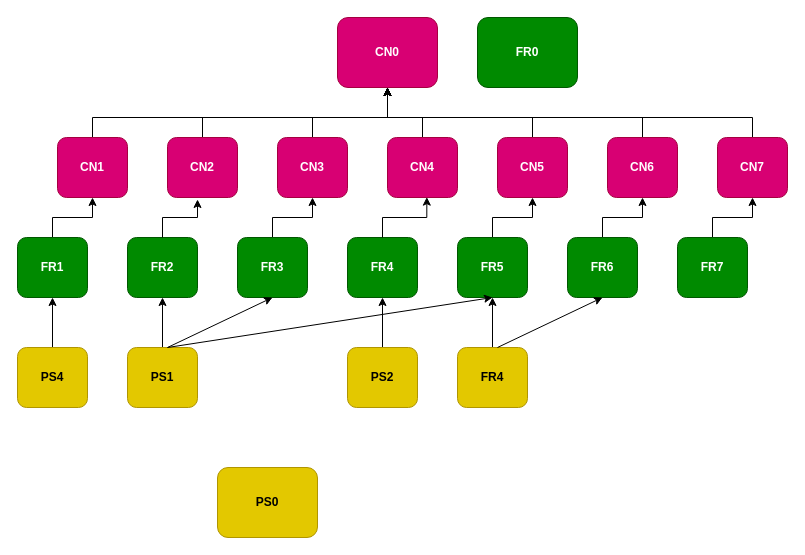
Before: page "PS (Week6)" (3 of 3) of Untitled Diagram.drawio in asdismilla/FlowChart, a draw.io diagram. Source tidied: cells renumbered, new cells numbered last; positions are measured from the earlier drawing's top-left corner, leaving out a move shared by most shapes. Both pictures are drawn from the tidied source at 100%, with x=0, y=0 at pixel (17, 17).
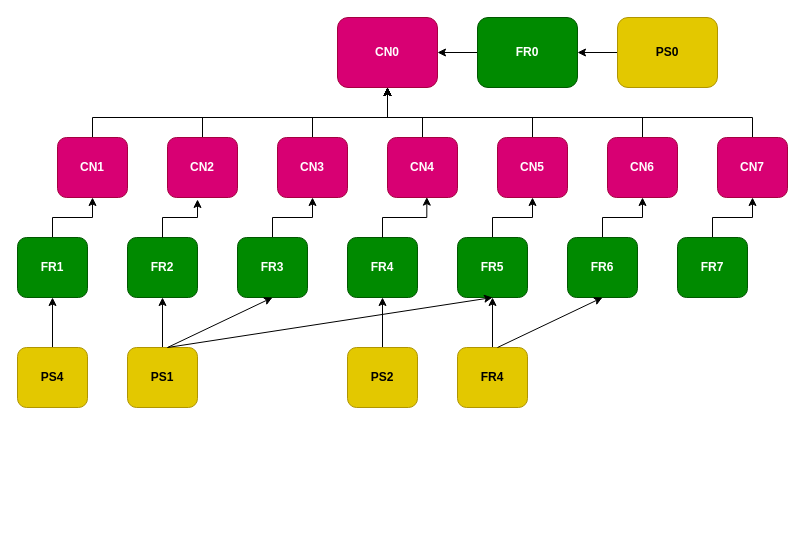
Above is the later version.

Commit message:
PS connected to the chart and CN crated

Unchanged cells that the change refers to:
```xml
<mxCell id="2" value="&lt;b&gt;CN0&lt;/b&gt;" style="rounded=1;whiteSpace=wrap;html=1;fillColor=#d80073;fontColor=#ffffff;strokeColor=#A50040;" parent="1" vertex="1">
  <mxGeometry x="320" width="100" height="70" as="geometry" />
</mxCell>
<mxCell id="31" value="&lt;b&gt;FR0&lt;/b&gt;" style="rounded=1;whiteSpace=wrap;html=1;fillColor=#008a00;fontColor=#ffffff;strokeColor=#005700;" parent="1" vertex="1">
  <mxGeometry x="460" width="100" height="70" as="geometry" />
</mxCell>
```

Change to the diagram source:
```diff
@@
+    <mxCell id="44" style="edgeStyle=orthogonalEdgeStyle;rounded=0;jettySize=auto;html=1;exitX=0;exitY=0.5;exitDx=0;exitDy=0;entryX=1;entryY=0.5;entryDx=0;entryDy=0;" parent="1" edge="1" source="31" target="2">
+      <mxGeometry relative="1" as="geometry" />
+    </mxCell>
@@
+    <mxCell id="45" style="edgeStyle=orthogonalEdgeStyle;rounded=0;jettySize=auto;html=1;exitX=0;exitY=0.5;exitDx=0;exitDy=0;entryX=1;entryY=0.5;entryDx=0;entryDy=0;" parent="1" edge="1" source="32" target="31">
+      <mxGeometry relative="1" as="geometry" />
+    </mxCell>
     <mxCell id="32" value="&lt;b&gt;PS0&lt;/b&gt;" style="rounded=1;whiteSpace=wrap;html=1;fillColor=#e3c800;strokeColor=#B09500;fontColor=#000000;" parent="1" vertex="1">
-      <mxGeometry x="200" y="450" width="100" height="70" as="geometry" />
+      <mxGeometry x="600" width="100" height="70" as="geometry" />
     </mxCell>
```
